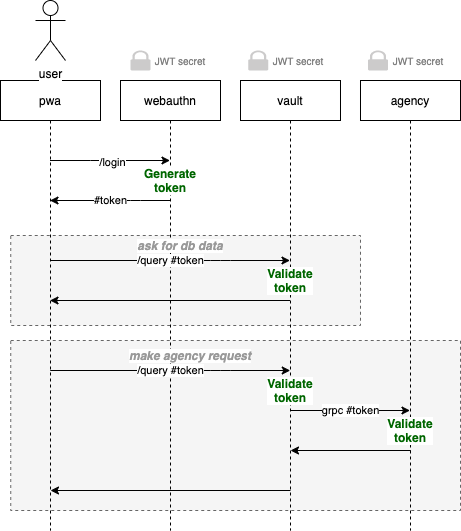
findy-network/findy-agent-vault keeps this draw.io diagram as docs/agency-auth-drawio.png. Above is the earlier version. Source tidied: cells renumbered, new cells last; positions are measured from the earlier drawing's top-left corner, leaving out a move shared by most shapes. The source it was exported from:
```xml
<mxGraphModel>
  <root>
    <mxCell id="0" />
    <mxCell id="1" parent="0" />
    <mxCell id="2" style="rounded=0;whiteSpace=wrap;html=1;labelBackgroundColor=#ffffff;fontColor=#333333;dashed=1;fillColor=#f5f5f5;strokeColor=#666666;" parent="1" vertex="1">
      <mxGeometry x="10.2" y="340" width="449.8" height="170" as="geometry" />
    </mxCell>
    <mxCell id="3" style="rounded=0;whiteSpace=wrap;html=1;labelBackgroundColor=#ffffff;fontColor=#333333;dashed=1;fillColor=#f5f5f5;strokeColor=#666666;" parent="1" vertex="1">
      <mxGeometry x="10.2" y="235" width="349.8" height="90" as="geometry" />
    </mxCell>
    <mxCell id="4" value="pwa" style="shape=umlLifeline;perimeter=lifelinePerimeter;whiteSpace=wrap;html=1;outlineConnect=0;" parent="1" vertex="1">
      <mxGeometry y="80" width="100" height="450" as="geometry" />
    </mxCell>
    <mxCell id="5" value="user" style="shape=umlActor;verticalLabelPosition=bottom;verticalAlign=top;html=1;labelBackgroundColor=#ffffff;" parent="1" vertex="1">
      <mxGeometry x="35" width="30" height="60" as="geometry" />
    </mxCell>
    <mxCell id="6" value="webauthn" style="shape=umlLifeline;perimeter=lifelinePerimeter;whiteSpace=wrap;html=1;outlineConnect=0;" parent="1" vertex="1">
      <mxGeometry x="120" y="80" width="100" height="450" as="geometry" />
    </mxCell>
    <mxCell id="7" value="vault" style="shape=umlLifeline;perimeter=lifelinePerimeter;whiteSpace=wrap;html=1;" parent="1" vertex="1">
      <mxGeometry x="240" y="80" width="100" height="450" as="geometry" />
    </mxCell>
    <mxCell id="8" value="agency" style="shape=umlLifeline;perimeter=lifelinePerimeter;whiteSpace=wrap;html=1;" parent="1" vertex="1">
      <mxGeometry x="360" y="80" width="100" height="450" as="geometry" />
    </mxCell>
    <mxCell id="9" value="Validate token" style="text;html=1;strokeColor=none;fillColor=none;align=center;verticalAlign=middle;whiteSpace=wrap;rounded=0;fontStyle=1;labelBackgroundColor=#ffffff;fontColor=#006600;" parent="8" vertex="1">
      <mxGeometry x="30" y="340" width="40" height="20" as="geometry" />
    </mxCell>
    <mxCell id="10" style="endArrow=classic;html=1;" parent="1" edge="1" source="4" target="6">
      <mxGeometry relative="1" as="geometry">
        <Array as="points">
          <mxPoint x="100" y="160" />
        </Array>
      </mxGeometry>
    </mxCell>
    <mxCell id="11" value="/login" style="edgeLabel;html=1;align=center;verticalAlign=middle;" parent="10" vertex="1">
      <mxGeometry x="0.03" y="-1" relative="1" as="geometry" />
    </mxCell>
    <mxCell id="12" value="#token" style="endArrow=classic;html=1;" parent="1" edge="1" source="6" target="4">
      <mxGeometry relative="1" as="geometry">
        <Array as="points">
          <mxPoint x="130" y="200" />
        </Array>
      </mxGeometry>
    </mxCell>
    <mxCell id="13" value="/query #token" style="endArrow=classic;html=1;" parent="1" edge="1">
      <mxGeometry relative="1" as="geometry">
        <mxPoint x="49.5" y="260" as="sourcePoint" />
        <mxPoint x="289.5" y="260" as="targetPoint" />
        <Array as="points">
          <mxPoint x="220" y="260" />
        </Array>
      </mxGeometry>
    </mxCell>
    <mxCell id="14" value="Generate token" style="text;html=1;strokeColor=none;fillColor=none;align=center;verticalAlign=middle;whiteSpace=wrap;rounded=0;fontStyle=1;labelBackgroundColor=#ffffff;fontColor=#006600;" parent="1" vertex="1">
      <mxGeometry x="150" y="170" width="40" height="20" as="geometry" />
    </mxCell>
    <mxCell id="15" style="endArrow=classic;html=1;fontColor=#006600;" parent="1" edge="1">
      <mxGeometry relative="1" as="geometry">
        <mxPoint x="289.5" y="300" as="sourcePoint" />
        <mxPoint x="49.5" y="300" as="targetPoint" />
      </mxGeometry>
    </mxCell>
    <mxCell id="16" value="Validate token" style="text;html=1;strokeColor=none;fillColor=none;align=center;verticalAlign=middle;whiteSpace=wrap;rounded=0;fontStyle=1;labelBackgroundColor=#ffffff;fontColor=#006600;" parent="1" vertex="1">
      <mxGeometry x="270" y="270" width="40" height="20" as="geometry" />
    </mxCell>
    <mxCell id="17" value="&lt;font color=&quot;#999999&quot;&gt;&lt;i&gt;ask for db data&lt;/i&gt;&lt;/font&gt;" style="text;html=1;strokeColor=none;fillColor=none;align=center;verticalAlign=middle;whiteSpace=wrap;rounded=0;fontStyle=1;labelBackgroundColor=#ffffff;fontColor=#006600;" parent="1" vertex="1">
      <mxGeometry x="120" y="240" width="120" height="10" as="geometry" />
    </mxCell>
    <mxCell id="18" value="/query #token" style="endArrow=classic;html=1;" parent="1" edge="1">
      <mxGeometry relative="1" as="geometry">
        <mxPoint x="49.8" y="370" as="sourcePoint" />
        <mxPoint x="289.8" y="370" as="targetPoint" />
        <Array as="points">
          <mxPoint x="220.2" y="370" />
        </Array>
      </mxGeometry>
    </mxCell>
    <mxCell id="19" style="endArrow=classic;html=1;fontColor=#006600;" parent="1" edge="1">
      <mxGeometry relative="1" as="geometry">
        <mxPoint x="290" y="490" as="sourcePoint" />
        <mxPoint x="50" y="490" as="targetPoint" />
      </mxGeometry>
    </mxCell>
    <mxCell id="20" value="Validate token" style="text;html=1;strokeColor=none;fillColor=none;align=center;verticalAlign=middle;whiteSpace=wrap;rounded=0;fontStyle=1;labelBackgroundColor=#ffffff;fontColor=#006600;" parent="1" vertex="1">
      <mxGeometry x="270.2" y="380" width="40" height="20" as="geometry" />
    </mxCell>
    <mxCell id="21" value="&lt;font color=&quot;#999999&quot;&gt;&lt;i&gt;make agency request&lt;/i&gt;&lt;/font&gt;" style="text;html=1;strokeColor=none;fillColor=none;align=center;verticalAlign=middle;whiteSpace=wrap;rounded=0;fontStyle=1;labelBackgroundColor=#ffffff;fontColor=#006600;" parent="1" vertex="1">
      <mxGeometry x="120.2" y="350" width="139.8" height="10" as="geometry" />
    </mxCell>
    <mxCell id="22" value="grpc #token" style="endArrow=classic;html=1;" parent="1" edge="1">
      <mxGeometry relative="1" as="geometry">
        <mxPoint x="290" y="410" as="sourcePoint" />
        <mxPoint x="409.5" y="410" as="targetPoint" />
      </mxGeometry>
    </mxCell>
    <mxCell id="23" style="endArrow=classic;html=1;fontColor=#006600;" parent="1" edge="1">
      <mxGeometry relative="1" as="geometry">
        <mxPoint x="410.2" y="450" as="sourcePoint" />
        <mxPoint x="290" y="450" as="targetPoint" />
      </mxGeometry>
    </mxCell>
    <mxCell id="24" style="shadow=0;dashed=0;html=1;strokeColor=none;labelPosition=center;verticalLabelPosition=bottom;verticalAlign=top;align=center;shape=mxgraph.office.security.lock_protected;fillColor=#CCCBCB;labelBackgroundColor=#ffffff;fontColor=#006600;" parent="1" vertex="1">
      <mxGeometry x="130" y="50" width="20" height="20" as="geometry" />
    </mxCell>
    <mxCell id="25" value="JWT secret" style="text;html=1;strokeColor=none;fillColor=none;align=center;verticalAlign=middle;whiteSpace=wrap;rounded=0;dashed=1;labelBackgroundColor=#ffffff;fontSize=10;fontColor=#808080;" parent="1" vertex="1">
      <mxGeometry x="145" y="50" width="70" height="20" as="geometry" />
    </mxCell>
    <mxCell id="26" style="shadow=0;dashed=0;html=1;strokeColor=none;labelPosition=center;verticalLabelPosition=bottom;verticalAlign=top;align=center;shape=mxgraph.office.security.lock_protected;fillColor=#CCCBCB;labelBackgroundColor=#ffffff;fontColor=#006600;" parent="1" vertex="1">
      <mxGeometry x="247.8" y="50" width="20" height="20" as="geometry" />
    </mxCell>
    <mxCell id="27" value="JWT secret" style="text;html=1;strokeColor=none;fillColor=none;align=center;verticalAlign=middle;whiteSpace=wrap;rounded=0;dashed=1;labelBackgroundColor=#ffffff;fontSize=10;fontColor=#808080;" parent="1" vertex="1">
      <mxGeometry x="262.8" y="50" width="70" height="20" as="geometry" />
    </mxCell>
    <mxCell id="28" style="shadow=0;dashed=0;html=1;strokeColor=none;labelPosition=center;verticalLabelPosition=bottom;verticalAlign=top;align=center;shape=mxgraph.office.security.lock_protected;fillColor=#CCCBCB;labelBackgroundColor=#ffffff;fontColor=#006600;" parent="1" vertex="1">
      <mxGeometry x="367.5" y="50" width="20" height="20" as="geometry" />
    </mxCell>
    <mxCell id="29" value="JWT secret" style="text;html=1;strokeColor=none;fillColor=none;align=center;verticalAlign=middle;whiteSpace=wrap;rounded=0;dashed=1;labelBackgroundColor=#ffffff;fontSize=10;fontColor=#808080;" parent="1" vertex="1">
      <mxGeometry x="382.5" y="50" width="70" height="20" as="geometry" />
    </mxCell>
  </root>
</mxGraphModel>
```
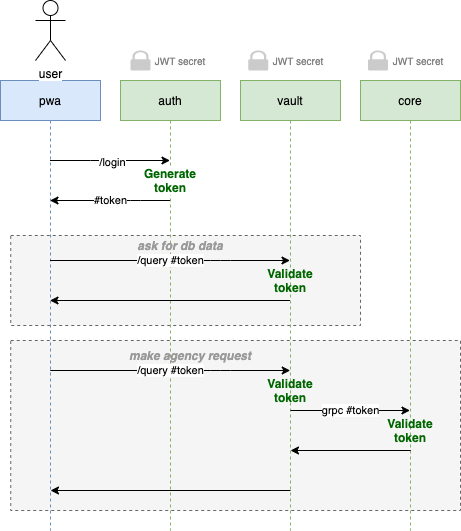
The same diagram one commit later.

Commit message:
Unify styling.

Diff of the diagram source:
```diff
@@ -8,22 +8,22 @@
     <mxCell id="3" style="rounded=0;whiteSpace=wrap;html=1;labelBackgroundColor=#ffffff;fontColor=#333333;dashed=1;fillColor=#f5f5f5;strokeColor=#666666;" parent="1" vertex="1">
       <mxGeometry x="10.2" y="235" width="349.8" height="90" as="geometry" />
     </mxCell>
-    <mxCell id="4" value="pwa" style="shape=umlLifeline;perimeter=lifelinePerimeter;whiteSpace=wrap;html=1;outlineConnect=0;" parent="1" vertex="1">
+    <mxCell id="4" value="pwa" style="shape=umlLifeline;perimeter=lifelinePerimeter;whiteSpace=wrap;html=1;outlineConnect=0;fillColor=#dae8fc;strokeColor=#6c8ebf;" parent="1" vertex="1">
       <mxGeometry y="80" width="100" height="450" as="geometry" />
     </mxCell>
     <mxCell id="5" value="user" style="shape=umlActor;verticalLabelPosition=bottom;verticalAlign=top;html=1;labelBackgroundColor=#ffffff;" parent="1" vertex="1">
       <mxGeometry x="35" width="30" height="60" as="geometry" />
     </mxCell>
-    <mxCell id="6" value="webauthn" style="shape=umlLifeline;perimeter=lifelinePerimeter;whiteSpace=wrap;html=1;outlineConnect=0;" parent="1" vertex="1">
+    <mxCell id="6" value="auth" style="shape=umlLifeline;perimeter=lifelinePerimeter;whiteSpace=wrap;html=1;outlineConnect=0;fillColor=#d5e8d4;strokeColor=#82b366;" parent="1" vertex="1">
       <mxGeometry x="120" y="80" width="100" height="450" as="geometry" />
     </mxCell>
-    <mxCell id="7" value="vault" style="shape=umlLifeline;perimeter=lifelinePerimeter;whiteSpace=wrap;html=1;" parent="1" vertex="1">
+    <mxCell id="7" value="vault" style="shape=umlLifeline;perimeter=lifelinePerimeter;whiteSpace=wrap;html=1;fillColor=#d5e8d4;strokeColor=#82b366;" parent="1" vertex="1">
       <mxGeometry x="240" y="80" width="100" height="450" as="geometry" />
     </mxCell>
-    <mxCell id="8" value="agency" style="shape=umlLifeline;perimeter=lifelinePerimeter;whiteSpace=wrap;html=1;" parent="1" vertex="1">
+    <mxCell id="8" value="core" style="shape=umlLifeline;perimeter=lifelinePerimeter;whiteSpace=wrap;html=1;fillColor=#d5e8d4;strokeColor=#82b366;" parent="1" vertex="1">
       <mxGeometry x="360" y="80" width="100" height="450" as="geometry" />
     </mxCell>
-    <mxCell id="9" value="Validate token" style="text;html=1;strokeColor=none;fillColor=none;align=center;verticalAlign=middle;whiteSpace=wrap;rounded=0;fontStyle=1;labelBackgroundColor=#ffffff;fontColor=#006600;" parent="8" vertex="1">
+    <mxCell id="9" value="Validate token" style="text;html=1;strokeColor=none;fillColor=none;align=center;verticalAlign=middle;whiteSpace=wrap;rounded=0;fontStyle=1;labelBackgroundColor=none;fontColor=#006600;" parent="8" vertex="1">
       <mxGeometry x="30" y="340" width="40" height="20" as="geometry" />
     </mxCell>
     <mxCell id="10" style="endArrow=classic;html=1;" parent="1" edge="1" source="4" target="6">
@@ -43,7 +43,7 @@
         </Array>
       </mxGeometry>
     </mxCell>
-    <mxCell id="13" value="/query #token" style="endArrow=classic;html=1;" parent="1" edge="1">
+    <mxCell id="13" value="/query #token" style="endArrow=classic;html=1;labelBackgroundColor=#ffffff;" parent="1" edge="1">
       <mxGeometry relative="1" as="geometry">
         <mxPoint x="49.5" y="260" as="sourcePoint" />
         <mxPoint x="289.5" y="260" as="targetPoint" />
@@ -61,10 +61,10 @@
         <mxPoint x="49.5" y="300" as="targetPoint" />
       </mxGeometry>
     </mxCell>
-    <mxCell id="16" value="Validate token" style="text;html=1;strokeColor=none;fillColor=none;align=center;verticalAlign=middle;whiteSpace=wrap;rounded=0;fontStyle=1;labelBackgroundColor=#ffffff;fontColor=#006600;" parent="1" vertex="1">
+    <mxCell id="16" value="Validate token" style="text;html=1;strokeColor=none;fillColor=none;align=center;verticalAlign=middle;whiteSpace=wrap;rounded=0;fontStyle=1;labelBackgroundColor=none;fontColor=#006600;" parent="1" vertex="1">
       <mxGeometry x="270" y="270" width="40" height="20" as="geometry" />
     </mxCell>
-    <mxCell id="17" value="&lt;font color=&quot;#999999&quot;&gt;&lt;i&gt;ask for db data&lt;/i&gt;&lt;/font&gt;" style="text;html=1;strokeColor=none;fillColor=none;align=center;verticalAlign=middle;whiteSpace=wrap;rounded=0;fontStyle=1;labelBackgroundColor=#ffffff;fontColor=#006600;" parent="1" vertex="1">
+    <mxCell id="17" value="&lt;font color=&quot;#999999&quot;&gt;&lt;i&gt;ask for db data&lt;/i&gt;&lt;/font&gt;" style="text;html=1;strokeColor=none;fillColor=none;align=center;verticalAlign=middle;whiteSpace=wrap;rounded=0;fontStyle=1;labelBackgroundColor=none;fontColor=#006600;" parent="1" vertex="1">
       <mxGeometry x="120" y="240" width="120" height="10" as="geometry" />
     </mxCell>
     <mxCell id="18" value="/query #token" style="endArrow=classic;html=1;" parent="1" edge="1">
@@ -82,10 +82,10 @@
         <mxPoint x="50" y="490" as="targetPoint" />
       </mxGeometry>
     </mxCell>
-    <mxCell id="20" value="Validate token" style="text;html=1;strokeColor=none;fillColor=none;align=center;verticalAlign=middle;whiteSpace=wrap;rounded=0;fontStyle=1;labelBackgroundColor=#ffffff;fontColor=#006600;" parent="1" vertex="1">
+    <mxCell id="20" value="Validate token" style="text;html=1;strokeColor=none;fillColor=none;align=center;verticalAlign=middle;whiteSpace=wrap;rounded=0;fontStyle=1;labelBackgroundColor=none;fontColor=#006600;" parent="1" vertex="1">
       <mxGeometry x="270.2" y="380" width="40" height="20" as="geometry" />
     </mxCell>
-    <mxCell id="21" value="&lt;font color=&quot;#999999&quot;&gt;&lt;i&gt;make agency request&lt;/i&gt;&lt;/font&gt;" style="text;html=1;strokeColor=none;fillColor=none;align=center;verticalAlign=middle;whiteSpace=wrap;rounded=0;fontStyle=1;labelBackgroundColor=#ffffff;fontColor=#006600;" parent="1" vertex="1">
+    <mxCell id="21" value="&lt;font color=&quot;#999999&quot;&gt;&lt;i&gt;make agency request&lt;/i&gt;&lt;/font&gt;" style="text;html=1;strokeColor=none;fillColor=none;align=center;verticalAlign=middle;whiteSpace=wrap;rounded=0;fontStyle=1;labelBackgroundColor=none;fontColor=#006600;" parent="1" vertex="1">
       <mxGeometry x="120.2" y="350" width="139.8" height="10" as="geometry" />
     </mxCell>
     <mxCell id="22" value="grpc #token" style="endArrow=classic;html=1;" parent="1" edge="1">
```
